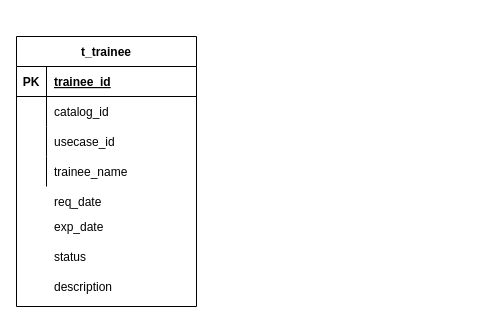
Above: page "Page-2" (2 of 2) of Untitled Diagram.drawio in meghaiscloud/diagram (draw.io), before the change. Source tidied: cells renumbered, new cells numbered last; positions are measured from the earlier drawing's top-left corner, leaving out a move shared by most shapes. Both pictures are drawn from the tidied source at 100%, with x=0, y=0 at pixel (16, 36).
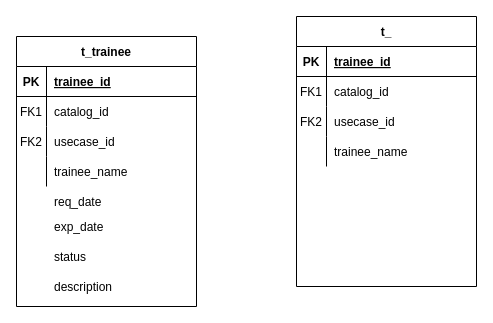
Above is the later version.

The change refers to these unchanged cells:
```xml
<mxCell id="6" style="shape=partialRectangle;fillColor=none;top=0;left=0;bottom=0;right=0;" parent="2" vertex="1">
  <mxGeometry y="60" width="180" height="30" as="geometry" />
</mxCell>
<mxCell id="9" style="shape=partialRectangle;fillColor=none;top=0;left=0;bottom=0;right=0;" parent="2" vertex="1">
  <mxGeometry y="90" width="180" height="30" as="geometry" />
</mxCell>
```

Diff of the diagram source:
```diff
@@
-    <mxCell id="7" style="shape=partialRectangle;fillColor=none;top=0;left=0;bottom=0;right=0;overflow=hidden;" parent="6" vertex="1">
+    <mxCell id="7" value="FK1" style="shape=partialRectangle;fillColor=none;top=0;left=0;bottom=0;right=0;overflow=hidden;" parent="6" vertex="1">
       <mxGeometry width="30" height="30" as="geometry" />
     </mxCell>
@@
-    <mxCell id="10" style="shape=partialRectangle;fillColor=none;top=0;left=0;bottom=0;right=0;overflow=hidden;" parent="9" vertex="1">
+    <mxCell id="10" value="FK2" style="shape=partialRectangle;fillColor=none;top=0;left=0;bottom=0;right=0;overflow=hidden;" parent="9" vertex="1">
       <mxGeometry width="30" height="30" as="geometry" />
     </mxCell>
@@
+    <mxCell id="19" value="t_" style="shape=table;startSize=30;childLayout=tableLayout;rowLines=0;fontStyle=1;align=center;" parent="1" vertex="1">
+      <mxGeometry x="280" y="-20" width="180" height="270" as="geometry" />
+    </mxCell>
+    <mxCell id="20" style="shape=partialRectangle;fillColor=none;top=0;left=0;bottom=1;right=0;" parent="19" vertex="1">
+      <mxGeometry y="30" width="180" height="30" as="geometry" />
+    </mxCell>
+    <mxCell id="21" value="PK" style="shape=partialRectangle;fillColor=none;top=0;left=0;bottom=0;right=0;fontStyle=1;overflow=hidden;" parent="20" vertex="1">
+      <mxGeometry width="30" height="30" as="geometry" />
+    </mxCell>
+    <mxCell id="22" value="trainee_id" style="shape=partialRectangle;fillColor=none;top=0;left=0;bottom=0;right=0;align=left;spacingLeft=6;fontStyle=5;overflow=hidden;" parent="20" vertex="1">
+      <mxGeometry x="30" width="150" height="30" as="geometry" />
+    </mxCell>
+    <mxCell id="23" style="shape=partialRectangle;fillColor=none;top=0;left=0;bottom=0;right=0;" parent="19" vertex="1">
+      <mxGeometry y="60" width="180" height="30" as="geometry" />
+    </mxCell>
+    <mxCell id="24" value="FK1" style="shape=partialRectangle;fillColor=none;top=0;left=0;bottom=0;right=0;overflow=hidden;" parent="23" vertex="1">
+      <mxGeometry width="30" height="30" as="geometry" />
+    </mxCell>
+    <mxCell id="25" value="catalog_id" style="shape=partialRectangle;fillColor=none;top=0;left=0;bottom=0;right=0;align=left;spacingLeft=6;overflow=hidden;" parent="23" vertex="1">
+      <mxGeometry x="30" width="150" height="30" as="geometry" />
+    </mxCell>
+    <mxCell id="26" style="shape=partialRectangle;fillColor=none;top=0;left=0;bottom=0;right=0;" parent="19" vertex="1">
+      <mxGeometry y="90" width="180" height="30" as="geometry" />
+    </mxCell>
+    <mxCell id="27" value="FK2" style="shape=partialRectangle;fillColor=none;top=0;left=0;bottom=0;right=0;overflow=hidden;" parent="26" vertex="1">
+      <mxGeometry width="30" height="30" as="geometry" />
+    </mxCell>
+    <mxCell id="28" value="usecase_id" style="shape=partialRectangle;fillColor=none;top=0;left=0;bottom=0;right=0;align=left;spacingLeft=6;overflow=hidden;" parent="26" vertex="1">
+      <mxGeometry x="30" width="150" height="30" as="geometry" />
+    </mxCell>
+    <mxCell id="29" style="shape=partialRectangle;fillColor=none;top=0;left=0;bottom=0;right=0;" parent="19" vertex="1">
+      <mxGeometry y="120" width="180" height="30" as="geometry" />
+    </mxCell>
+    <mxCell id="30" style="shape=partialRectangle;fillColor=none;top=0;left=0;bottom=0;right=0;overflow=hidden;" parent="29" vertex="1">
+      <mxGeometry width="30" height="30" as="geometry" />
+    </mxCell>
+    <mxCell id="31" value="trainee_name" style="shape=partialRectangle;fillColor=none;top=0;left=0;bottom=0;right=0;align=left;spacingLeft=6;overflow=hidden;" parent="29" vertex="1">
+      <mxGeometry x="30" width="150" height="30" as="geometry" />
+    </mxCell>
```
